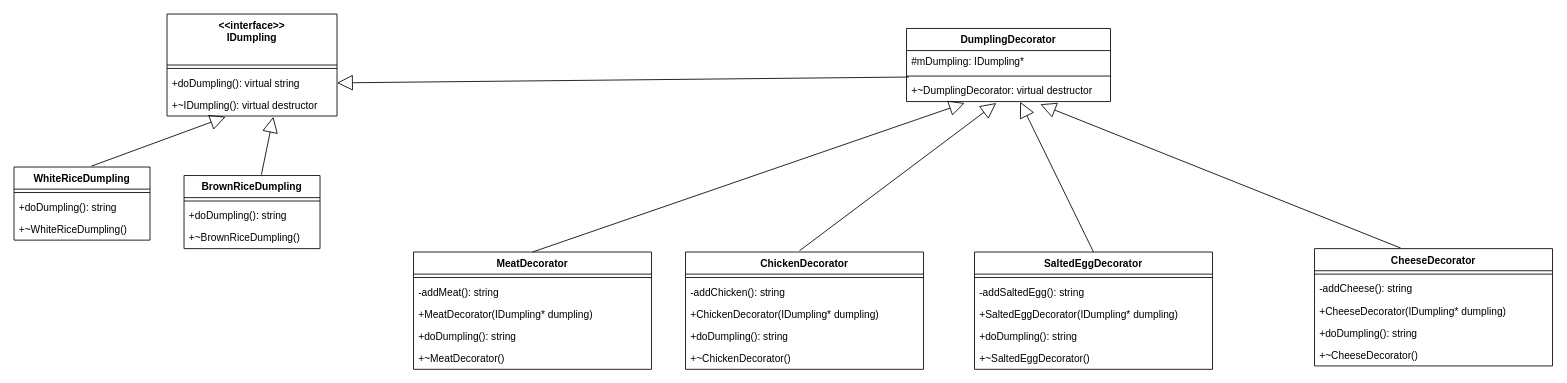
qminh3g/design-pattern keeps this draw.io diagram as decorator pattern/decorator_pattern_uml.drawio. Above is the earlier version. Source tidied: cells renumbered, new cells numbered last; positions are measured from the earlier drawing's top-left corner, leaving out a move shared by most shapes. Both pictures are drawn from the tidied source at 85%, with x=0, y=0 at pixel (14, 14).
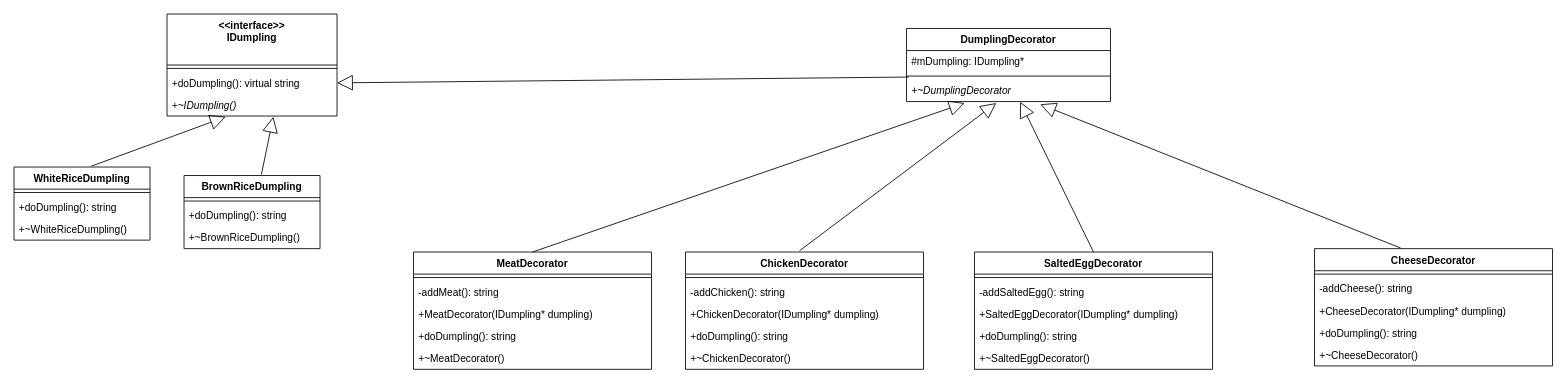
The same diagram, later.

The change refers to these unchanged cells:
```xml
<mxCell id="2" value="&lt;&lt;interface&gt;&gt;&#10;IDumpling&#10;" style="swimlane;fontStyle=1;align=center;verticalAlign=top;horizontal=1;startSize=60;" parent="1" vertex="1">
  <mxGeometry x="180" width="200" height="120" as="geometry" />
</mxCell>
<mxCell id="16" value="DumplingDecorator" style="swimlane;fontStyle=1;align=center;verticalAlign=top;horizontal=1;startSize=26;" parent="1" vertex="1">
  <mxGeometry x="1050" y="17" width="240" height="86" as="geometry" />
</mxCell>
```

Diff of the diagram source:
```diff
@@
-    <mxCell id="5" value="+~IDumpling(): virtual destructor" style="text;strokeColor=none;fillColor=none;align=left;verticalAlign=top;spacingLeft=4;spacingRight=4;overflow=hidden;points=[[0,0.5],[1,0.5]];portConstraint=eastwest;" parent="2" vertex="1">
+    <mxCell id="5" value="+~IDumpling()" style="text;strokeColor=none;fillColor=none;align=left;verticalAlign=top;spacingLeft=4;spacingRight=4;overflow=hidden;points=[[0,0.5],[1,0.5]];portConstraint=eastwest;fontStyle=2;" parent="2" vertex="1">
       <mxGeometry y="94" width="200" height="26" as="geometry" />
     </mxCell>
@@
-    <mxCell id="19" value="+~DumplingDecorator: virtual destructor" style="text;strokeColor=none;fillColor=none;align=left;verticalAlign=top;spacingLeft=4;spacingRight=4;overflow=hidden;points=[[0,0.5],[1,0.5]];portConstraint=eastwest;" parent="16" vertex="1">
+    <mxCell id="19" value="+~DumplingDecorator" style="text;strokeColor=none;fillColor=none;align=left;verticalAlign=top;spacingLeft=4;spacingRight=4;overflow=hidden;points=[[0,0.5],[1,0.5]];portConstraint=eastwest;fontStyle=2;" parent="16" vertex="1">
       <mxGeometry y="60" width="240" height="26" as="geometry" />
     </mxCell>
```
